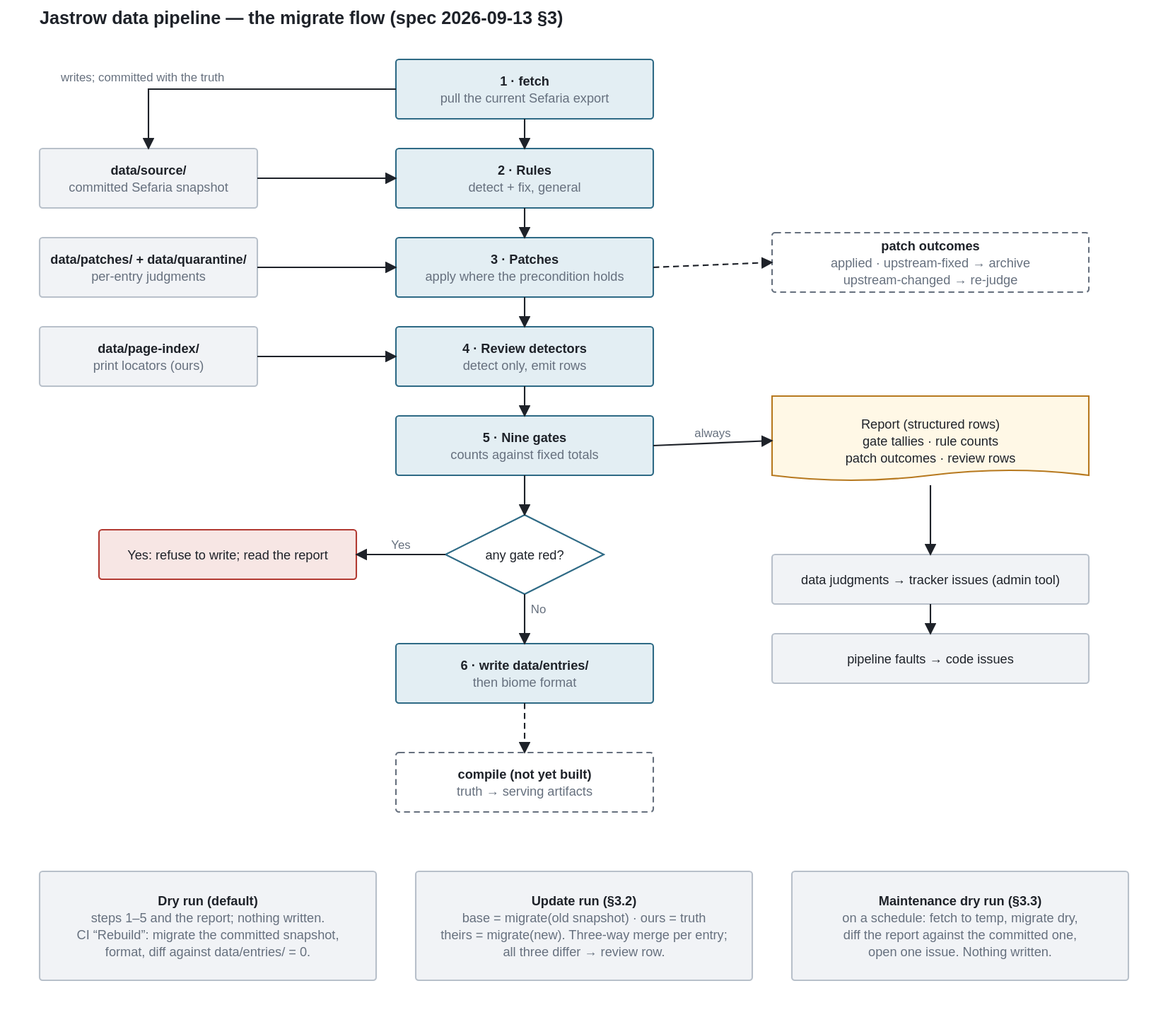
Before: docs/pipeline-flow.drawio.svg, a diagram exported from draw.io (UniquePixels/jastrow). Source tidied: cells renumbered, new cells last; positions are measured from the earlier drawing's top-left corner, leaving out a move shared by most shapes. Its diagram source:
```xml
<mxGraphModel>
  <root>
    <mxCell id="0" />
    <mxCell id="1" parent="0" />
    <mxCell id="2" value="Jastrow data pipeline — the migrate flow (spec 2026-09-13 §3)" style="text;html=1;align=left;verticalAlign=middle;fontSize=18;fontStyle=1;fontFamily=Helvetica;fontSize=13;fontColor=#1E2229;" parent="1" vertex="1">
      <mxGeometry width="700" height="30" as="geometry" />
    </mxCell>
    <mxCell id="3" value="&lt;b&gt;data/source/&lt;/b&gt;&lt;br&gt;committed Sefaria snapshot" style="rounded=1;arcSize=6;whiteSpace=wrap;html=1;fontFamily=Helvetica;fontSize=13;fontColor=#1E2229;fillColor=#F1F3F6;strokeColor=#B8C0CA;" parent="1" vertex="1">
      <mxGeometry y="148" width="220" height="60" as="geometry" />
    </mxCell>
    <mxCell id="4" value="&lt;b&gt;data/page-index/&lt;/b&gt;&lt;br&gt;print locators (ours)" style="rounded=1;arcSize=6;whiteSpace=wrap;html=1;fontFamily=Helvetica;fontSize=13;fontColor=#1E2229;fillColor=#F1F3F6;strokeColor=#B8C0CA;" parent="1" vertex="1">
      <mxGeometry y="328" width="220" height="60" as="geometry" />
    </mxCell>
    <mxCell id="5" value="&lt;b&gt;data/patches/ + data/quarantine/&lt;/b&gt;&lt;br&gt;per-entry judgments" style="rounded=1;arcSize=6;whiteSpace=wrap;html=1;fontFamily=Helvetica;fontSize=13;fontColor=#1E2229;fillColor=#F1F3F6;strokeColor=#B8C0CA;" parent="1" vertex="1">
      <mxGeometry y="238" width="220" height="60" as="geometry" />
    </mxCell>
    <mxCell id="6" value="&lt;b&gt;1 · fetch&lt;/b&gt;&lt;br&gt;pull the current Sefaria export" style="rounded=1;arcSize=6;whiteSpace=wrap;html=1;fontFamily=Helvetica;fontSize=13;fontColor=#1E2229;fillColor=#E3EEF3;strokeColor=#2E6A85;" parent="1" vertex="1">
      <mxGeometry x="360" y="58" width="260" height="60" as="geometry" />
    </mxCell>
    <mxCell id="7" value="&lt;b&gt;2 · Rules&lt;/b&gt;&lt;br&gt;detect + fix, general" style="rounded=1;arcSize=6;whiteSpace=wrap;html=1;fontFamily=Helvetica;fontSize=13;fontColor=#1E2229;fillColor=#E3EEF3;strokeColor=#2E6A85;" parent="1" vertex="1">
      <mxGeometry x="360" y="148" width="260" height="60" as="geometry" />
    </mxCell>
    <mxCell id="8" value="&lt;b&gt;3 · Patches&lt;/b&gt;&lt;br&gt;apply where the precondition holds" style="rounded=1;arcSize=6;whiteSpace=wrap;html=1;fontFamily=Helvetica;fontSize=13;fontColor=#1E2229;fillColor=#E3EEF3;strokeColor=#2E6A85;" parent="1" vertex="1">
      <mxGeometry x="360" y="238" width="260" height="60" as="geometry" />
    </mxCell>
    <mxCell id="9" value="&lt;b&gt;4 · Review detectors&lt;/b&gt;&lt;br&gt;detect only, emit rows" style="rounded=1;arcSize=6;whiteSpace=wrap;html=1;fontFamily=Helvetica;fontSize=13;fontColor=#1E2229;fillColor=#E3EEF3;strokeColor=#2E6A85;" parent="1" vertex="1">
      <mxGeometry x="360" y="328" width="260" height="60" as="geometry" />
    </mxCell>
    <mxCell id="10" value="&lt;b&gt;5 · Nine gates&lt;/b&gt;&lt;br&gt;counts against fixed totals" style="rounded=1;arcSize=6;whiteSpace=wrap;html=1;fontFamily=Helvetica;fontSize=13;fontColor=#1E2229;fillColor=#E3EEF3;strokeColor=#2E6A85;" parent="1" vertex="1">
      <mxGeometry x="360" y="418" width="260" height="60" as="geometry" />
    </mxCell>
    <mxCell id="11" value="any gate red?" style="rhombus;whiteSpace=wrap;html=1;fontFamily=Helvetica;fontSize=13;fontColor=#1E2229;fillColor=#FFFFFF;strokeColor=#2E6A85;" parent="1" vertex="1">
      <mxGeometry x="410" y="518" width="160" height="80" as="geometry" />
    </mxCell>
    <mxCell id="12" value="&lt;b&gt;6 · write data/entries/&lt;/b&gt;&lt;br&gt;then biome format" style="rounded=1;arcSize=6;whiteSpace=wrap;html=1;fontFamily=Helvetica;fontSize=13;fontColor=#1E2229;fillColor=#E3EEF3;strokeColor=#2E6A85;" parent="1" vertex="1">
      <mxGeometry x="360" y="648" width="260" height="60" as="geometry" />
    </mxCell>
    <mxCell id="13" value="&lt;b&gt;compile (not yet built)&lt;/b&gt;&lt;br&gt;truth → serving artifacts" style="rounded=1;arcSize=6;whiteSpace=wrap;html=1;fontFamily=Helvetica;fontSize=13;fontColor=#1E2229;fillColor=#FFFFFF;strokeColor=#66707E;dashed=1;" parent="1" vertex="1">
      <mxGeometry x="360" y="758" width="260" height="60" as="geometry" />
    </mxCell>
    <mxCell id="14" value="&lt;b&gt;patch outcomes&lt;/b&gt;&lt;br&gt;applied · upstream-fixed → archive&lt;br&gt;upstream-changed → re-judge" style="rounded=1;arcSize=6;whiteSpace=wrap;html=1;fontFamily=Helvetica;fontSize=13;fontColor=#1E2229;fillColor=#FFFFFF;strokeColor=#66707E;dashed=1;" parent="1" vertex="1">
      <mxGeometry x="740" y="233" width="320" height="60" as="geometry" />
    </mxCell>
    <mxCell id="15" value="Report (structured rows)&lt;br&gt;gate tallies · rule counts&lt;br&gt;patch outcomes · review rows" style="shape=document;whiteSpace=wrap;html=1;boundedLbl=1;fontFamily=Helvetica;fontSize=13;fontColor=#1E2229;fillColor=#FFF8E6;strokeColor=#B7791F;" parent="1" vertex="1">
      <mxGeometry x="740" y="398" width="320" height="90" as="geometry" />
    </mxCell>
    <mxCell id="16" value="Yes: refuse to write; read the report" style="rounded=1;arcSize=6;whiteSpace=wrap;html=1;fontFamily=Helvetica;fontSize=13;fontColor=#1E2229;fillColor=#F7E6E4;strokeColor=#B23A32;" parent="1" vertex="1">
      <mxGeometry x="60" y="533" width="260" height="50" as="geometry" />
    </mxCell>
    <mxCell id="17" value="data judgments → tracker issues (admin tool)" style="rounded=1;arcSize=6;whiteSpace=wrap;html=1;fontFamily=Helvetica;fontSize=13;fontColor=#1E2229;fillColor=#F1F3F6;strokeColor=#B8C0CA;" parent="1" vertex="1">
      <mxGeometry x="740" y="558" width="320" height="50" as="geometry" />
    </mxCell>
    <mxCell id="18" value="pipeline faults → code issues" style="rounded=1;arcSize=6;whiteSpace=wrap;html=1;fontFamily=Helvetica;fontSize=13;fontColor=#1E2229;fillColor=#F1F3F6;strokeColor=#B8C0CA;" parent="1" vertex="1">
      <mxGeometry x="740" y="638" width="320" height="50" as="geometry" />
    </mxCell>
    <mxCell id="19" value="&lt;b&gt;Dry run (default)&lt;/b&gt;&lt;br&gt;steps 1–5 and the report; nothing written.&lt;br&gt;CI “Rebuild”: migrate the committed snapshot,&lt;br&gt;format, diff against data/entries/ = 0." style="rounded=1;arcSize=6;whiteSpace=wrap;html=1;fontFamily=Helvetica;fontSize=13;fontColor=#1E2229;fillColor=#F1F3F6;strokeColor=#B8C0CA;" parent="1" vertex="1">
      <mxGeometry y="878" width="340" height="110" as="geometry" />
    </mxCell>
    <mxCell id="20" value="&lt;b&gt;Update run (§3.2)&lt;/b&gt;&lt;br&gt;base = migrate(old snapshot) · ours = truth&lt;br&gt;theirs = migrate(new). Three-way merge per entry;&lt;br&gt;all three differ → review row." style="rounded=1;arcSize=6;whiteSpace=wrap;html=1;fontFamily=Helvetica;fontSize=13;fontColor=#1E2229;fillColor=#F1F3F6;strokeColor=#B8C0CA;" parent="1" vertex="1">
      <mxGeometry x="380" y="878" width="340" height="110" as="geometry" />
    </mxCell>
    <mxCell id="21" value="&lt;b&gt;Maintenance dry run (§3.3)&lt;/b&gt;&lt;br&gt;on a schedule: fetch to temp, migrate dry,&lt;br&gt;diff the report against the committed one,&lt;br&gt;open one issue. Nothing written." style="rounded=1;arcSize=6;whiteSpace=wrap;html=1;fontFamily=Helvetica;fontSize=13;fontColor=#1E2229;fillColor=#F1F3F6;strokeColor=#B8C0CA;" parent="1" vertex="1">
      <mxGeometry x="760" y="878" width="340" height="110" as="geometry" />
    </mxCell>
    <mxCell id="22" style="edgeStyle=orthogonalEdgeStyle;rounded=0;html=1;strokeColor=#1E2229;strokeWidth=1.5;fontSize=12;fontColor=#66707E;" parent="1" edge="1" source="6" target="7">
      <mxGeometry relative="1" as="geometry" />
    </mxCell>
    <mxCell id="23" value="writes; committed with the truth" style="edgeStyle=orthogonalEdgeStyle;rounded=0;html=1;strokeColor=#1E2229;strokeWidth=1.5;fontSize=12;fontColor=#66707E;" parent="1" edge="1" source="6" target="3">
      <mxGeometry relative="1" as="geometry" />
    </mxCell>
    <mxCell id="24" style="edgeStyle=orthogonalEdgeStyle;rounded=0;html=1;strokeColor=#1E2229;strokeWidth=1.5;fontSize=12;fontColor=#66707E;" parent="1" edge="1" source="3" target="7">
      <mxGeometry relative="1" as="geometry" />
    </mxCell>
    <mxCell id="25" style="edgeStyle=orthogonalEdgeStyle;rounded=0;html=1;strokeColor=#1E2229;strokeWidth=1.5;fontSize=12;fontColor=#66707E;" parent="1" edge="1" source="5" target="8">
      <mxGeometry relative="1" as="geometry" />
    </mxCell>
    <mxCell id="26" style="edgeStyle=orthogonalEdgeStyle;rounded=0;html=1;strokeColor=#1E2229;strokeWidth=1.5;fontSize=12;fontColor=#66707E;" parent="1" edge="1" source="4" target="9">
      <mxGeometry relative="1" as="geometry" />
    </mxCell>
    <mxCell id="27" style="edgeStyle=orthogonalEdgeStyle;rounded=0;html=1;strokeColor=#1E2229;strokeWidth=1.5;fontSize=12;fontColor=#66707E;" parent="1" edge="1" source="7" target="8">
      <mxGeometry relative="1" as="geometry" />
    </mxCell>
    <mxCell id="28" style="edgeStyle=orthogonalEdgeStyle;rounded=0;html=1;strokeColor=#1E2229;strokeWidth=1.5;fontSize=12;fontColor=#66707E;" parent="1" edge="1" source="8" target="9">
      <mxGeometry relative="1" as="geometry" />
    </mxCell>
    <mxCell id="29" style="edgeStyle=orthogonalEdgeStyle;rounded=0;html=1;strokeColor=#1E2229;strokeWidth=1.5;fontSize=12;fontColor=#66707E;" parent="1" edge="1" source="9" target="10">
      <mxGeometry relative="1" as="geometry" />
    </mxCell>
    <mxCell id="30" style="edgeStyle=orthogonalEdgeStyle;rounded=0;html=1;strokeColor=#1E2229;strokeWidth=1.5;fontSize=12;fontColor=#66707E;" parent="1" edge="1" source="10" target="11">
      <mxGeometry relative="1" as="geometry" />
    </mxCell>
    <mxCell id="31" value="No" style="edgeStyle=orthogonalEdgeStyle;rounded=0;html=1;strokeColor=#1E2229;strokeWidth=1.5;fontSize=12;fontColor=#66707E;" parent="1" edge="1" source="11" target="12">
      <mxGeometry relative="1" as="geometry" />
    </mxCell>
    <mxCell id="32" value="Yes" style="edgeStyle=orthogonalEdgeStyle;rounded=0;html=1;strokeColor=#1E2229;strokeWidth=1.5;fontSize=12;fontColor=#66707E;" parent="1" edge="1" source="11" target="16">
      <mxGeometry relative="1" as="geometry" />
    </mxCell>
    <mxCell id="33" style="edgeStyle=orthogonalEdgeStyle;rounded=0;html=1;strokeColor=#1E2229;strokeWidth=1.5;fontSize=12;fontColor=#66707E;dashed=1;" parent="1" edge="1" source="12" target="13">
      <mxGeometry relative="1" as="geometry" />
    </mxCell>
    <mxCell id="34" value="always" style="edgeStyle=orthogonalEdgeStyle;rounded=0;html=1;strokeColor=#1E2229;strokeWidth=1.5;fontSize=12;fontColor=#66707E;" parent="1" edge="1" source="10" target="15">
      <mxGeometry relative="1" as="geometry" />
    </mxCell>
    <mxCell id="35" style="edgeStyle=orthogonalEdgeStyle;rounded=0;html=1;strokeColor=#1E2229;strokeWidth=1.5;fontSize=12;fontColor=#66707E;" parent="1" edge="1" source="15" target="17">
      <mxGeometry relative="1" as="geometry" />
    </mxCell>
    <mxCell id="36" style="edgeStyle=orthogonalEdgeStyle;rounded=0;html=1;strokeColor=#1E2229;strokeWidth=1.5;fontSize=12;fontColor=#66707E;" parent="1" edge="1" source="17" target="18">
      <mxGeometry relative="1" as="geometry" />
    </mxCell>
    <mxCell id="37" style="edgeStyle=orthogonalEdgeStyle;rounded=0;html=1;strokeColor=#1E2229;strokeWidth=1.5;fontSize=12;fontColor=#66707E;dashed=1;" parent="1" edge="1" source="8" target="14">
      <mxGeometry relative="1" as="geometry" />
    </mxCell>
  </root>
</mxGraphModel>
```
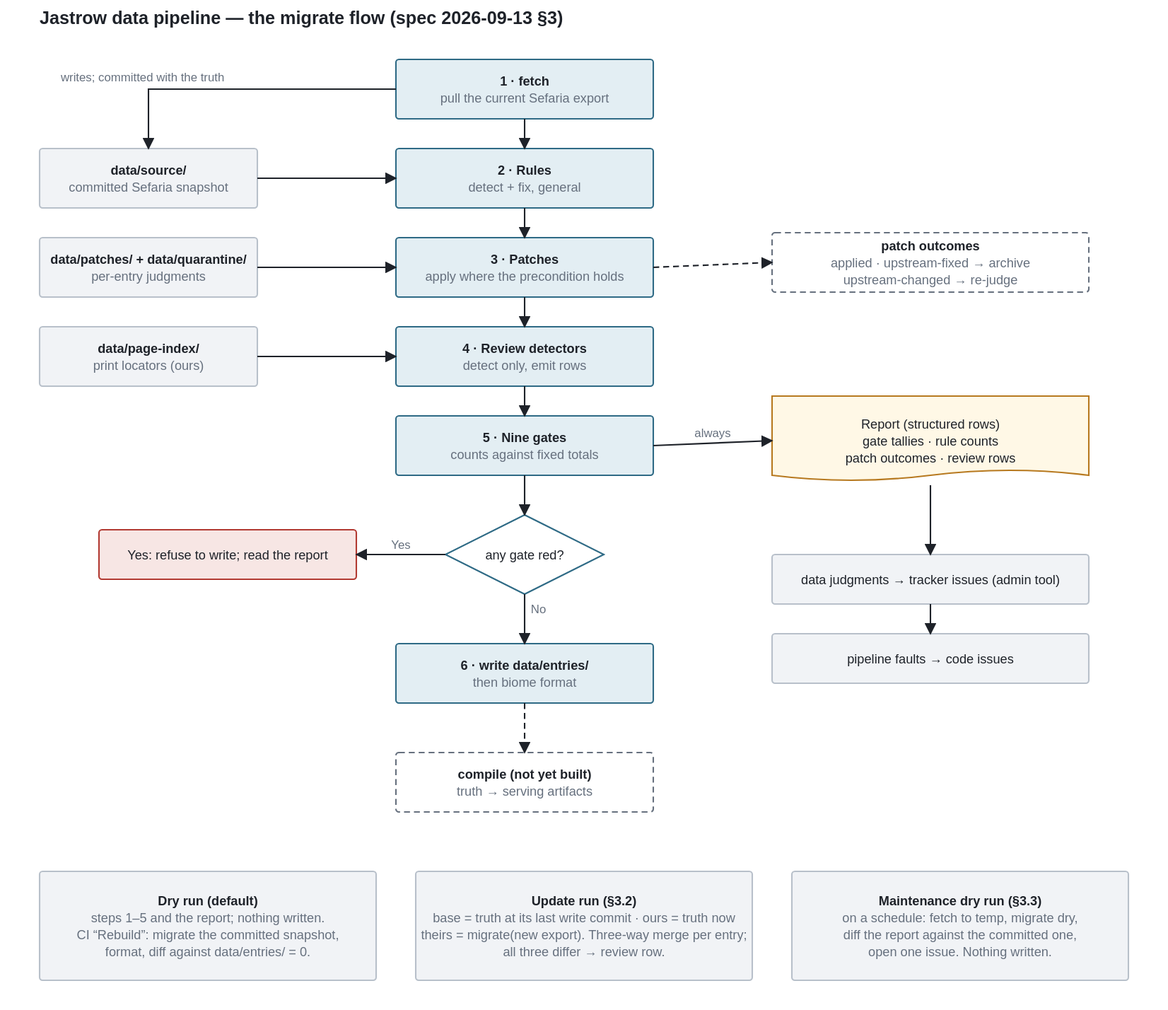
The same file after the commit.

Commit message:
📖 doc(specs): address PR #85 review

Base for the update merge is the truth tree at its last write
commit, never a rebuild with current rules (a rule change would
otherwise read as a hand edit). Biome rationale corrected: * does
not cross /, so data/entries was included as a side effect. The
sketch's dangling Yes edge now targets Roll Back Report.

Change to the diagram source:
```diff
@@ -56,7 +56,7 @@
     <mxCell id="19" value="&lt;b&gt;Dry run (default)&lt;/b&gt;&lt;br&gt;steps 1–5 and the report; nothing written.&lt;br&gt;CI “Rebuild”: migrate the committed snapshot,&lt;br&gt;format, diff against data/entries/ = 0." style="rounded=1;arcSize=6;whiteSpace=wrap;html=1;fontFamily=Helvetica;fontSize=13;fontColor=#1E2229;fillColor=#F1F3F6;strokeColor=#B8C0CA;" parent="1" vertex="1">
       <mxGeometry y="878" width="340" height="110" as="geometry" />
     </mxCell>
-    <mxCell id="20" value="&lt;b&gt;Update run (§3.2)&lt;/b&gt;&lt;br&gt;base = migrate(old snapshot) · ours = truth&lt;br&gt;theirs = migrate(new). Three-way merge per entry;&lt;br&gt;all three differ → review row." style="rounded=1;arcSize=6;whiteSpace=wrap;html=1;fontFamily=Helvetica;fontSize=13;fontColor=#1E2229;fillColor=#F1F3F6;strokeColor=#B8C0CA;" parent="1" vertex="1">
+    <mxCell id="20" value="&lt;b&gt;Update run (§3.2)&lt;/b&gt;&lt;br&gt;base = truth at its last write commit · ours = truth now&lt;br&gt;theirs = migrate(new export). Three-way merge per entry;&lt;br&gt;all three differ → review row." style="rounded=1;arcSize=6;whiteSpace=wrap;html=1;fontFamily=Helvetica;fontSize=13;fontColor=#1E2229;fillColor=#F1F3F6;strokeColor=#B8C0CA;" parent="1" vertex="1">
       <mxGeometry x="380" y="878" width="340" height="110" as="geometry" />
     </mxCell>
     <mxCell id="21" value="&lt;b&gt;Maintenance dry run (§3.3)&lt;/b&gt;&lt;br&gt;on a schedule: fetch to temp, migrate dry,&lt;br&gt;diff the report against the committed one,&lt;br&gt;open one issue. Nothing written." style="rounded=1;arcSize=6;whiteSpace=wrap;html=1;fontFamily=Helvetica;fontSize=13;fontColor=#1E2229;fillColor=#F1F3F6;strokeColor=#B8C0CA;" parent="1" vertex="1">
```
